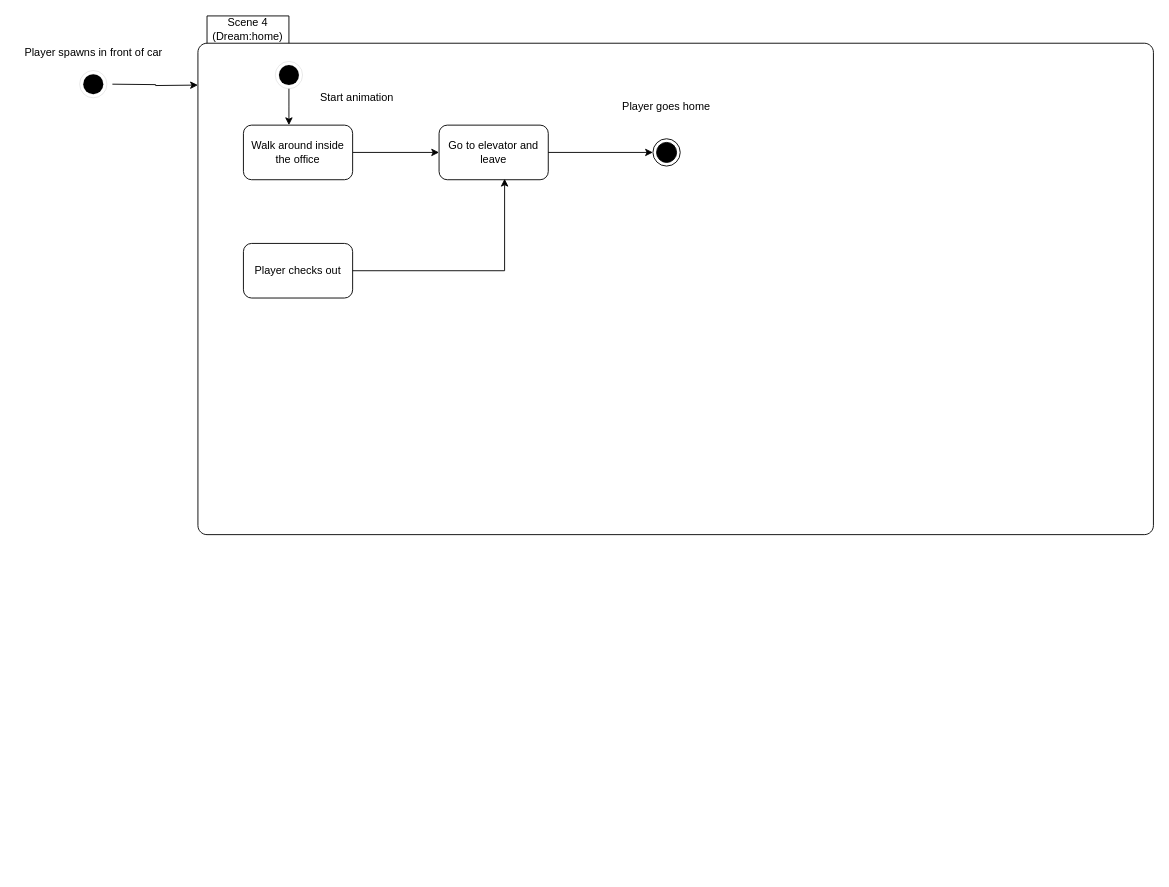
FischkopDev/Game-development-AP-Uni-Heidelberg keeps this draw.io diagram as Diagrams/StateMachineScene4.drawio. Above is the earlier version. Source tidied: cells renumbered, new cells numbered last; positions are measured from the earlier drawing's top-left corner, leaving out a move shared by most shapes. Both pictures are drawn from the tidied source at 91%, with x=0, y=0 at pixel (15, 15).
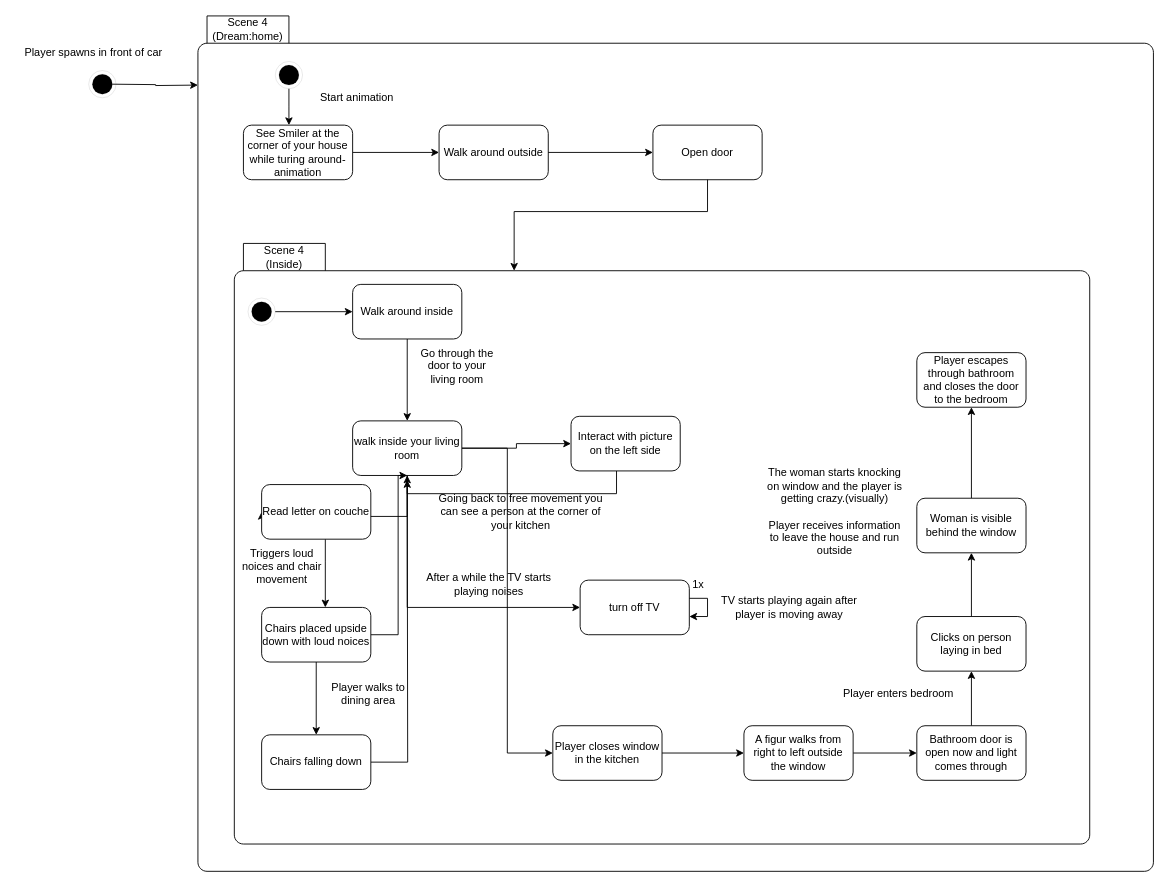
The same diagram, later.

Change to the diagram source:
```diff
@@
     <mxCell id="2" style="ellipse;html=1;shape=endState;fillColor=strokeColor;strokeWidth=0;" parent="1" vertex="1">
-      <mxGeometry x="70" y="60" width="30" height="30" as="geometry" />
+      <mxGeometry x="80" y="60" width="30" height="30" as="geometry" />
     </mxCell>
@@
     <mxCell id="4" value="Scene 4&lt;br&gt;&lt;div&gt;(Dream:home)&lt;/div&gt;" style="shape=folder;align=center;verticalAlign=middle;fontStyle=0;tabWidth=100;tabHeight=30;tabPosition=left;html=1;boundedLbl=1;labelInHeader=1;rounded=1;absoluteArcSize=1;arcSize=10;whiteSpace=wrap;" parent="1" vertex="1">
-      <mxGeometry x="200" width="1050" height="570" as="geometry" />
+      <mxGeometry x="200" width="1050" height="940" as="geometry" />
     </mxCell>
@@
-    <mxCell id="8" value="Walk around inside the office" style="rounded=1;whiteSpace=wrap;html=1;" parent="1" vertex="1">
+    <mxCell id="8" value="See Smiler at the corner of your house while turing around-animation" style="rounded=1;whiteSpace=wrap;html=1;" parent="1" vertex="1">
       <mxGeometry x="250" y="120" width="120" height="60" as="geometry" />
     </mxCell>
@@
-    <mxCell id="11" value="Go to elevator and leave" style="rounded=1;whiteSpace=wrap;html=1;" parent="1" vertex="1">
+    <mxCell id="11" value="Walk around outside" style="rounded=1;whiteSpace=wrap;html=1;" parent="1" vertex="1">
       <mxGeometry x="465" y="120" width="120" height="60" as="geometry" />
     </mxCell>
+    <mxCell id="14" style="endArrow=classic;html=1;rounded=0;exitX=1;exitY=0.5;exitDx=0;exitDy=0;entryX=0;entryY=0.5;entryDx=0;entryDy=0;" parent="1" edge="1" source="11">
+      <mxGeometry relative="1" as="geometry">
+        <mxPoint x="700" y="150" as="targetPoint" />
+      </mxGeometry>
+    </mxCell>
+    <mxCell id="17" value="Open door" style="rounded=1;whiteSpace=wrap;html=1;" parent="1" vertex="1">
+      <mxGeometry x="700" y="120" width="120" height="60" as="geometry" />
+    </mxCell>
+    <mxCell id="18" value="Scene 4&lt;br&gt;&lt;div&gt;(Inside)&lt;/div&gt;" style="shape=folder;align=center;verticalAlign=middle;fontStyle=0;tabWidth=100;tabHeight=30;tabPosition=left;html=1;boundedLbl=1;labelInHeader=1;rounded=1;absoluteArcSize=1;arcSize=10;whiteSpace=wrap;" parent="1" vertex="1">
+      <mxGeometry x="240" y="250" width="940" height="660" as="geometry" />
+    </mxCell>
+    <mxCell id="19" style="edgeStyle=orthogonalEdgeStyle;rounded=0;jettySize=auto;html=1;entryX=0;entryY=0;entryDx=307.5;entryDy=30;entryPerimeter=0;" parent="1" edge="1" source="17" target="18">
+      <mxGeometry relative="1" as="geometry" />
+    </mxCell>
+    <mxCell id="20" style="edgeStyle=orthogonalEdgeStyle;rounded=0;jettySize=auto;html=1;" parent="1" edge="1" source="21" target="12">
+      <mxGeometry relative="1" as="geometry" />
+    </mxCell>
+    <mxCell id="21" style="ellipse;html=1;shape=endState;fillColor=strokeColor;strokeWidth=0;" parent="1" vertex="1">
+      <mxGeometry x="255" y="310" width="30" height="30" as="geometry" />
+    </mxCell>
+    <mxCell id="22" style="edgeStyle=orthogonalEdgeStyle;rounded=0;jettySize=auto;html=1;" parent="1" edge="1" source="12" target="27">
+      <mxGeometry relative="1" as="geometry" />
+    </mxCell>
-    <mxCell id="12" value="Player checks out" style="rounded=1;whiteSpace=wrap;html=1;" parent="1" vertex="1">
-      <mxGeometry x="250" y="250" width="120" height="60" as="geometry" />
+    <mxCell id="12" value="Walk around inside" style="rounded=1;whiteSpace=wrap;html=1;" parent="1" vertex="1">
+      <mxGeometry x="370" y="295" width="120" height="60" as="geometry" />
     </mxCell>
-    <mxCell id="13" style="endArrow=classic;html=1;rounded=0;exitX=1;exitY=0.5;exitDx=0;exitDy=0;entryX=0.6;entryY=0.983;entryDx=0;entryDy=0;entryPerimeter=0;" parent="1" edge="1" source="12" target="11">
-      <mxGeometry relative="1" as="geometry">
-        <Array as="points">
-          <mxPoint x="537" y="280" />
-        </Array>
-      </mxGeometry>
-    </mxCell>
-    <mxCell id="14" style="endArrow=classic;html=1;rounded=0;exitX=1;exitY=0.5;exitDx=0;exitDy=0;entryX=0;entryY=0.5;entryDx=0;entryDy=0;" parent="1" edge="1" source="11" target="15">
-      <mxGeometry relative="1" as="geometry" />
-    </mxCell>
-    <mxCell id="15" style="ellipse;html=1;shape=endState;fillColor=strokeColor;" parent="1" vertex="1">
-      <mxGeometry x="700" y="135" width="30" height="30" as="geometry" />
-    </mxCell>
-    <mxCell id="16" value="Player goes home" style="text;html=1;align=center;verticalAlign=middle;whiteSpace=wrap;rounded=0;" parent="1" vertex="1">
-      <mxGeometry x="640" y="80" width="150" height="40" as="geometry" />
-    </mxCell>
+    <mxCell id="23" style="edgeStyle=orthogonalEdgeStyle;rounded=0;jettySize=auto;html=1;" parent="1" edge="1" source="27" target="30">
+      <mxGeometry relative="1" as="geometry" />
+    </mxCell>
+    <mxCell id="24" style="edgeStyle=orthogonalEdgeStyle;rounded=0;jettySize=auto;html=1;entryX=0;entryY=0.5;entryDx=0;entryDy=0;" parent="1" edge="1" source="27" target="32">
+      <mxGeometry relative="1" as="geometry">
+        <Array as="points">
+          <mxPoint x="430" y="650" />
+        </Array>
+      </mxGeometry>
+    </mxCell>
+    <mxCell id="25" style="edgeStyle=orthogonalEdgeStyle;rounded=0;jettySize=auto;html=1;entryX=0;entryY=0.5;entryDx=0;entryDy=0;" parent="1" edge="1" source="27" target="38">
+      <mxGeometry relative="1" as="geometry">
+        <Array as="points">
+          <mxPoint x="430" y="550" />
+          <mxPoint x="270" y="550" />
+        </Array>
+      </mxGeometry>
+    </mxCell>
+    <mxCell id="26" style="edgeStyle=orthogonalEdgeStyle;rounded=0;jettySize=auto;html=1;entryX=0;entryY=0.5;entryDx=0;entryDy=0;" parent="1" edge="1" source="27" target="47">
+      <mxGeometry relative="1" as="geometry" />
+    </mxCell>
+    <mxCell id="27" value="walk inside your living room" style="rounded=1;whiteSpace=wrap;html=1;" parent="1" vertex="1">
+      <mxGeometry x="370" y="445" width="120" height="60" as="geometry" />
+    </mxCell>
+    <mxCell id="28" value="Go through the door to your living room" style="text;html=1;align=center;verticalAlign=middle;whiteSpace=wrap;rounded=0;" parent="1" vertex="1">
+      <mxGeometry x="440" y="370" width="90" height="30" as="geometry" />
+    </mxCell>
+    <mxCell id="29" style="edgeStyle=orthogonalEdgeStyle;rounded=0;jettySize=auto;html=1;entryX=0.5;entryY=1;entryDx=0;entryDy=0;" parent="1" edge="1" source="30" target="27">
+      <mxGeometry relative="1" as="geometry">
+        <Array as="points">
+          <mxPoint x="660" y="525" />
+          <mxPoint x="430" y="525" />
+        </Array>
+      </mxGeometry>
+    </mxCell>
+    <mxCell id="30" value="Interact with picture on the left side" style="rounded=1;whiteSpace=wrap;html=1;" parent="1" vertex="1">
+      <mxGeometry x="610" y="440" width="120" height="60" as="geometry" />
+    </mxCell>
+    <mxCell id="31" value="Going back to free movement you can see a person at the corner of your kitchen" style="text;html=1;align=center;verticalAlign=middle;whiteSpace=wrap;rounded=0;" parent="1" vertex="1">
+      <mxGeometry x="460" y="530" width="190" height="30" as="geometry" />
+    </mxCell>
+    <mxCell id="32" value="turn off TV" style="rounded=1;whiteSpace=wrap;html=1;" parent="1" vertex="1">
+      <mxGeometry x="620" y="620" width="120" height="60" as="geometry" />
+    </mxCell>
+    <mxCell id="33" value="After a while the TV starts playing noises" style="text;html=1;align=center;verticalAlign=middle;whiteSpace=wrap;rounded=0;" parent="1" vertex="1">
+      <mxGeometry x="440" y="610" width="160" height="30" as="geometry" />
+    </mxCell>
+    <mxCell id="34" value="TV starts playing again after player is moving away" style="text;html=1;align=center;verticalAlign=middle;whiteSpace=wrap;rounded=0;" parent="1" vertex="1">
+      <mxGeometry x="770" y="635" width="160" height="30" as="geometry" />
+    </mxCell>
+    <mxCell id="35" style="edgeStyle=orthogonalEdgeStyle;rounded=0;orthogonalLoop=1;jettySize=auto;html=1;" parent="1" edge="1" source="32" target="32">
+      <mxGeometry relative="1" as="geometry" />
+    </mxCell>
+    <mxCell id="36" value="1x" style="text;html=1;align=center;verticalAlign=middle;whiteSpace=wrap;rounded=0;" parent="1" vertex="1">
+      <mxGeometry x="730" y="610" width="40" height="30" as="geometry" />
+    </mxCell>
+    <mxCell id="37" style="edgeStyle=orthogonalEdgeStyle;rounded=0;jettySize=auto;html=1;" parent="1" edge="1" source="38" target="41">
+      <mxGeometry relative="1" as="geometry">
+        <Array as="points">
+          <mxPoint x="340" y="600" />
+          <mxPoint x="340" y="600" />
+        </Array>
+      </mxGeometry>
+    </mxCell>
+    <mxCell id="38" value="Read letter on couche" style="rounded=1;whiteSpace=wrap;html=1;" parent="1" vertex="1">
+      <mxGeometry x="270" y="515" width="120" height="60" as="geometry" />
+    </mxCell>
+    <mxCell id="39" style="edgeStyle=orthogonalEdgeStyle;rounded=0;jettySize=auto;html=1;entryX=0.5;entryY=1;entryDx=0;entryDy=0;" parent="1" edge="1" source="41" target="27">
+      <mxGeometry relative="1" as="geometry">
+        <Array as="points">
+          <mxPoint x="420" y="680" />
+          <mxPoint x="420" y="505" />
+        </Array>
+      </mxGeometry>
+    </mxCell>
+    <mxCell id="40" style="edgeStyle=orthogonalEdgeStyle;rounded=0;jettySize=auto;html=1;" parent="1" edge="1" source="41" target="44">
+      <mxGeometry relative="1" as="geometry" />
+    </mxCell>
+    <mxCell id="41" value="Chairs placed upside down with loud noices" style="rounded=1;whiteSpace=wrap;html=1;" parent="1" vertex="1">
+      <mxGeometry x="270" y="650" width="120" height="60" as="geometry" />
+    </mxCell>
+    <mxCell id="42" value="Triggers loud noices and chair movement" style="text;html=1;align=center;verticalAlign=middle;whiteSpace=wrap;rounded=0;" parent="1" vertex="1">
+      <mxGeometry x="240" y="590" width="105" height="30" as="geometry" />
+    </mxCell>
+    <mxCell id="43" style="edgeStyle=orthogonalEdgeStyle;rounded=0;jettySize=auto;html=1;" parent="1" edge="1" source="44">
+      <mxGeometry relative="1" as="geometry">
+        <mxPoint x="430" y="510" as="targetPoint" />
+      </mxGeometry>
+    </mxCell>
+    <mxCell id="44" value="Chairs falling down" style="rounded=1;whiteSpace=wrap;html=1;" parent="1" vertex="1">
+      <mxGeometry x="270" y="790" width="120" height="60" as="geometry" />
+    </mxCell>
+    <mxCell id="45" value="Player walks to dining area" style="text;html=1;align=center;verticalAlign=middle;whiteSpace=wrap;rounded=0;" parent="1" vertex="1">
+      <mxGeometry x="335" y="730" width="105" height="30" as="geometry" />
+    </mxCell>
+    <mxCell id="46" style="edgeStyle=orthogonalEdgeStyle;rounded=0;jettySize=auto;html=1;" parent="1" edge="1" source="47" target="49">
+      <mxGeometry relative="1" as="geometry" />
+    </mxCell>
+    <mxCell id="47" value="Player closes window in the kitchen" style="rounded=1;whiteSpace=wrap;html=1;" parent="1" vertex="1">
+      <mxGeometry x="590" y="780" width="120" height="60" as="geometry" />
+    </mxCell>
+    <mxCell id="48" style="edgeStyle=orthogonalEdgeStyle;rounded=0;jettySize=auto;html=1;entryX=0;entryY=0.5;entryDx=0;entryDy=0;" parent="1" edge="1" source="49" target="51">
+      <mxGeometry relative="1" as="geometry" />
+    </mxCell>
+    <mxCell id="49" value="A figur walks from right to left outside the window" style="rounded=1;whiteSpace=wrap;html=1;" parent="1" vertex="1">
+      <mxGeometry x="800" y="780" width="120" height="60" as="geometry" />
+    </mxCell>
+    <mxCell id="50" style="edgeStyle=orthogonalEdgeStyle;rounded=0;jettySize=auto;html=1;" parent="1" edge="1" source="51" target="53">
+      <mxGeometry relative="1" as="geometry" />
+    </mxCell>
+    <mxCell id="51" value="Bathroom door is open now and light comes through" style="rounded=1;whiteSpace=wrap;html=1;" parent="1" vertex="1">
+      <mxGeometry x="990" y="780" width="120" height="60" as="geometry" />
+    </mxCell>
+    <mxCell id="52" style="edgeStyle=orthogonalEdgeStyle;rounded=0;jettySize=auto;html=1;" parent="1" edge="1" source="53" target="56">
+      <mxGeometry relative="1" as="geometry" />
+    </mxCell>
+    <mxCell id="53" value="Clicks on person laying in bed" style="rounded=1;whiteSpace=wrap;html=1;" parent="1" vertex="1">
+      <mxGeometry x="990" y="660" width="120" height="60" as="geometry" />
+    </mxCell>
+    <mxCell id="54" value="Player enters bedroom" style="text;html=1;align=center;verticalAlign=middle;whiteSpace=wrap;rounded=0;" parent="1" vertex="1">
+      <mxGeometry x="890" y="730" width="160" height="30" as="geometry" />
+    </mxCell>
+    <mxCell id="55" style="edgeStyle=orthogonalEdgeStyle;rounded=0;jettySize=auto;html=1;entryX=0.5;entryY=1;entryDx=0;entryDy=0;" parent="1" edge="1" source="56" target="58">
+      <mxGeometry relative="1" as="geometry" />
+    </mxCell>
+    <mxCell id="56" value="Woman is visible behind the window" style="rounded=1;whiteSpace=wrap;html=1;" parent="1" vertex="1">
+      <mxGeometry x="990" y="530" width="120" height="60" as="geometry" />
+    </mxCell>
+    <mxCell id="57" value="&lt;div&gt;The woman starts knocking on window and the player is getting crazy.(visually)&lt;/div&gt;&lt;div&gt;&lt;br&gt;&lt;/div&gt;&lt;div&gt;Player receives information to leave the house and run outside&lt;br&gt;&lt;/div&gt;" style="text;html=1;align=center;verticalAlign=middle;whiteSpace=wrap;rounded=0;" parent="1" vertex="1">
+      <mxGeometry x="820" y="530" width="160" height="30" as="geometry" />
+    </mxCell>
+    <mxCell id="58" value="Player escapes through bathroom and closes the door to the bedroom" style="rounded=1;whiteSpace=wrap;html=1;" parent="1" vertex="1">
+      <mxGeometry x="990" y="370" width="120" height="60" as="geometry" />
+    </mxCell>
```
